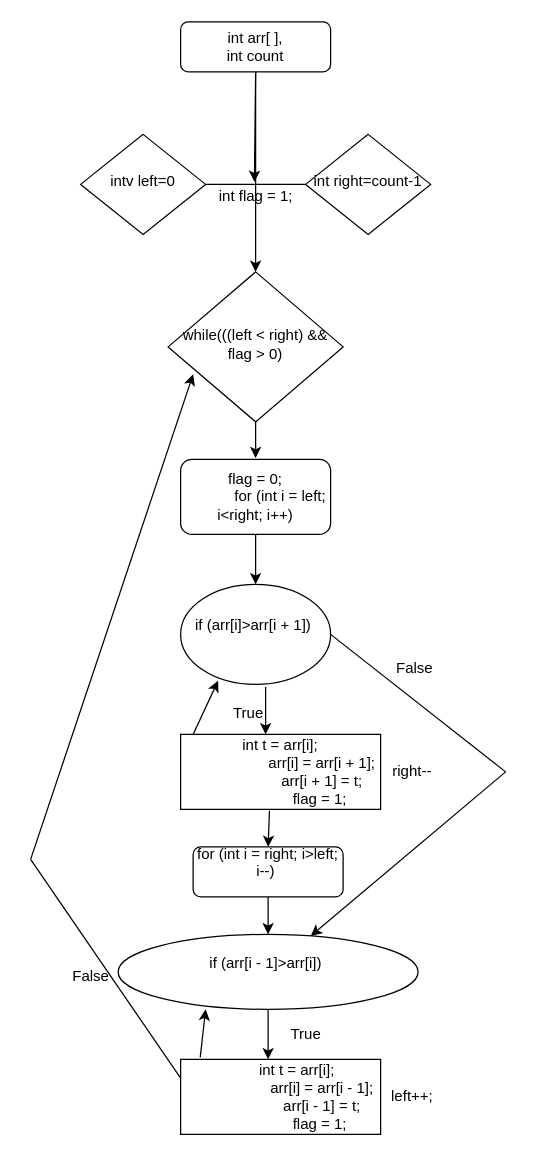
The draw.io diagram Sortirovki/Untitled Diagram.drawio in BruhanchikMaria/project, before the edit. Source tidied: cells renumbered, new cells numbered last; positions are measured from the earlier drawing's top-left corner, leaving out a move shared by most shapes. Both pictures are drawn from the tidied source at 125%, with x=0, y=0 at pixel (30, 21).
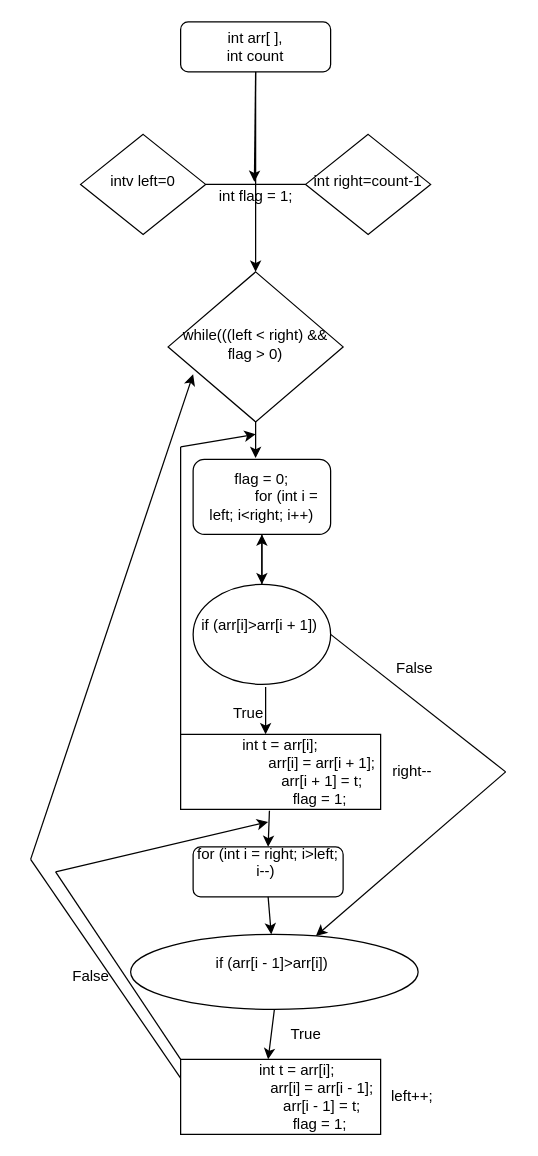
The same page after the edit.

Unchanged cells that the change refers to:
```xml
<mxCell id="22" value="&lt;div&gt;int t = arr[i];&lt;/div&gt;&lt;div&gt;&amp;nbsp; &amp;nbsp; &amp;nbsp; &amp;nbsp; &amp;nbsp; &amp;nbsp; &amp;nbsp; &amp;nbsp; &amp;nbsp; &amp;nbsp; arr[i] = arr[i + 1];&lt;/div&gt;&lt;div&gt;&amp;nbsp; &amp;nbsp; &amp;nbsp; &amp;nbsp; &amp;nbsp; &amp;nbsp; &amp;nbsp; &amp;nbsp; &amp;nbsp; &amp;nbsp; arr[i + 1] = t;&lt;/div&gt;&lt;div&gt;&amp;nbsp; &amp;nbsp; &amp;nbsp; &amp;nbsp; &amp;nbsp; &amp;nbsp; &amp;nbsp; &amp;nbsp; &amp;nbsp; &amp;nbsp; flag = 1;&amp;nbsp;&lt;/div&gt;" style="rounded=0;whiteSpace=wrap;html=1;" parent="1" vertex="1">
  <mxGeometry x="120" y="570" width="160" height="60" as="geometry" />
</mxCell>
<mxCell id="28" value="&lt;div style=&quot;white-space: normal&quot;&gt;&lt;span&gt;&amp;nbsp; &amp;nbsp; &amp;nbsp; &amp;nbsp; int t = arr[i];&lt;/span&gt;&lt;br&gt;&lt;/div&gt;&lt;div style=&quot;white-space: normal&quot;&gt;&amp;nbsp; &amp;nbsp; &amp;nbsp; &amp;nbsp; &amp;nbsp; &amp;nbsp; &amp;nbsp; &amp;nbsp; &amp;nbsp; &amp;nbsp; arr[i] = arr[i - 1];&lt;/div&gt;&lt;div style=&quot;white-space: normal&quot;&gt;&amp;nbsp; &amp;nbsp; &amp;nbsp; &amp;nbsp; &amp;nbsp; &amp;nbsp; &amp;nbsp; &amp;nbsp; &amp;nbsp; &amp;nbsp; arr[i - 1] = t;&lt;/div&gt;&lt;div style=&quot;white-space: normal&quot;&gt;&amp;nbsp; &amp;nbsp; &amp;nbsp; &amp;nbsp; &amp;nbsp; &amp;nbsp; &amp;nbsp; &amp;nbsp; &amp;nbsp; &amp;nbsp; flag = 1;&amp;nbsp;&lt;/div&gt;" style="rounded=0;whiteSpace=wrap;html=1;" parent="1" vertex="1">
  <mxGeometry x="120" y="830" width="160" height="60" as="geometry" />
</mxCell>
```

Diff of the diagram source:
```diff
@@
     <mxCell id="5" value="&lt;div&gt;flag = 0;&lt;/div&gt;&lt;div&gt;&amp;nbsp; &amp;nbsp; &amp;nbsp; &amp;nbsp; &amp;nbsp; &amp;nbsp; for (int i = left; i&amp;lt;right; i++)&lt;/div&gt;" style="rounded=1;whiteSpace=wrap;html=1;fontSize=12;glass=0;strokeWidth=1;shadow=0;" parent="1" vertex="1">
-      <mxGeometry x="120" y="350" width="120" height="60" as="geometry" />
+      <mxGeometry x="130" y="350" width="110" height="60" as="geometry" />
     </mxCell>
@@
+    <mxCell id="34" style="edgeStyle=orthogonalEdgeStyle;rounded=0;jettySize=auto;html=1;" parent="1" edge="1" source="12" target="5">
+      <mxGeometry relative="1" as="geometry" />
+    </mxCell>
     <mxCell id="12" value="&lt;div&gt;if (arr[i]&amp;gt;arr[i + 1])&amp;nbsp;&lt;/div&gt;&lt;div&gt;&amp;nbsp; &amp;nbsp; &amp;nbsp; &amp;nbsp; &amp;nbsp; &amp;nbsp; &amp;nbsp; &amp;nbsp;&lt;/div&gt;" style="ellipse;whiteSpace=wrap;html=1;" parent="1" vertex="1">
-      <mxGeometry x="120" y="450" width="120" height="80" as="geometry" />
+      <mxGeometry x="130" y="450" width="110" height="80" as="geometry" />
     </mxCell>
@@
     <mxCell id="18" value="&lt;div&gt;if (arr[i - 1]&amp;gt;arr[i])&amp;nbsp;&lt;/div&gt;&lt;div&gt;&amp;nbsp; &amp;nbsp; &amp;nbsp; &amp;nbsp; &amp;nbsp; &amp;nbsp; &amp;nbsp; &amp;nbsp;&lt;/div&gt;" style="ellipse;whiteSpace=wrap;html=1;" parent="1" vertex="1">
-      <mxGeometry x="70" y="730" width="240" height="60" as="geometry" />
+      <mxGeometry x="80" y="730" width="230" height="60" as="geometry" />
     </mxCell>
@@
-    <mxCell id="32" style="endArrow=classic;html=1;exitX=0.063;exitY=-0.002;exitDx=0;exitDy=0;exitPerimeter=0;entryX=0.25;entryY=0.963;entryDx=0;entryDy=0;entryPerimeter=0;" parent="1" edge="1" source="22" target="12">
-      <mxGeometry relative="1" as="geometry" />
+    <mxCell id="32" style="endArrow=classic;html=1;" parent="1" edge="1">
+      <mxGeometry relative="1" as="geometry">
+        <mxPoint x="120" y="340" as="sourcePoint" />
+        <mxPoint x="180" y="330" as="targetPoint" />
+      </mxGeometry>
     </mxCell>
-    <mxCell id="33" style="endArrow=classic;html=1;exitX=0.098;exitY=-0.026;exitDx=0;exitDy=0;exitPerimeter=0;" parent="1" edge="1" source="28">
+    <mxCell id="33" style="endArrow=classic;html=1;" parent="1" edge="1">
       <mxGeometry relative="1" as="geometry">
-        <mxPoint x="140" y="790" as="targetPoint" />
+        <mxPoint x="20" y="680" as="sourcePoint" />
+        <mxPoint x="190" y="640" as="targetPoint" />
       </mxGeometry>
     </mxCell>
+    <mxCell id="35" style="endArrow=none;html=1;exitX=0;exitY=0;exitDx=0;exitDy=0;" parent="1" edge="1" source="22">
+      <mxGeometry relative="1" as="geometry">
+        <mxPoint x="120" y="340" as="targetPoint" />
+      </mxGeometry>
+    </mxCell>
+    <mxCell id="36" style="endArrow=none;html=1;exitX=0;exitY=0;exitDx=0;exitDy=0;" parent="1" edge="1" source="28">
+      <mxGeometry relative="1" as="geometry">
+        <mxPoint x="20" y="680" as="targetPoint" />
+      </mxGeometry>
+    </mxCell>
```
